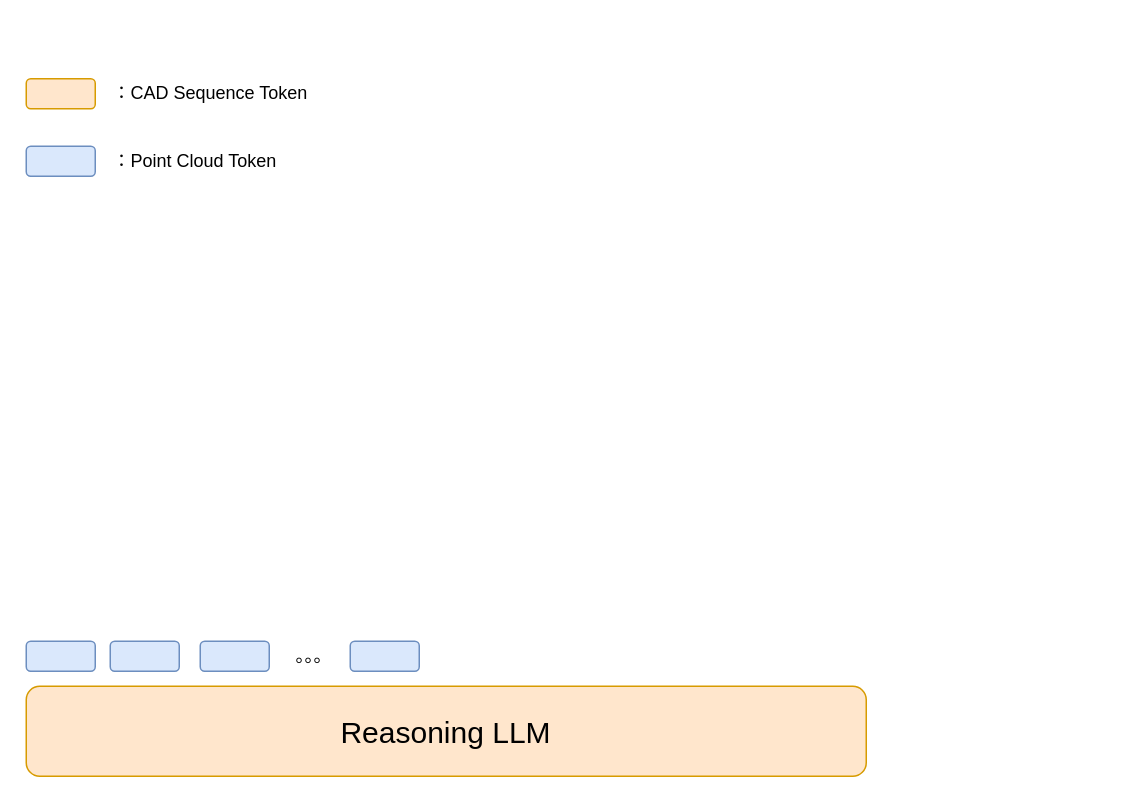
Before: ReasonCAD-pipeline.drawio in spaceboy202105/img, a draw.io diagram. Source tidied: cells renumbered, new cells numbered last; positions are measured from the earlier drawing's top-left corner, leaving out a move shared by most shapes. Both pictures are drawn from the tidied source at 150%, with x=0, y=0 at pixel (26, 70).
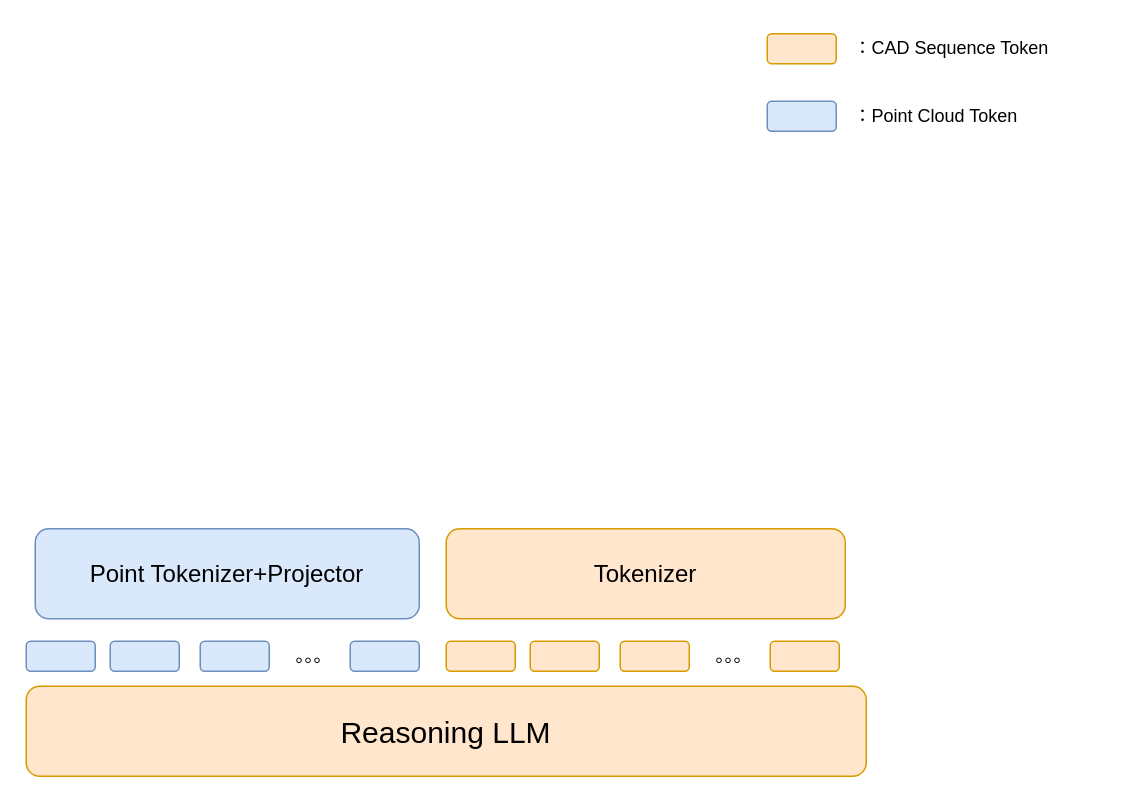
Above is the later version.

What changed in the source:
```diff
@@
 <mxGraphModel>
   <root>
     <mxCell id="0" />
     <mxCell id="1" parent="0" />
     <mxCell id="2" value="&lt;font style=&quot;font-size: 20px;&quot;&gt;Reasoning LLM&lt;/font&gt;" style="rounded=1;whiteSpace=wrap;html=1;fillColor=#ffe6cc;strokeColor=#d79b00;" parent="1" vertex="1">
       <mxGeometry y="410" width="560" height="60" as="geometry" />
     </mxCell>
     <mxCell id="3" style="rounded=1;whiteSpace=wrap;html=1;fillColor=#ffe6cc;strokeColor=#d79b00;" parent="1" vertex="1">
-      <mxGeometry y="5" width="46" height="20" as="geometry" />
+      <mxGeometry x="494" y="-25" width="46" height="20" as="geometry" />
     </mxCell>
     <mxCell id="4" value="：CAD Sequence Token" style="text;html=1;align=left;verticalAlign=middle;whiteSpace=wrap;rounded=0;" parent="1" vertex="1">
-      <mxGeometry x="56" width="170" height="30" as="geometry" />
+      <mxGeometry x="550" y="-30" width="170" height="30" as="geometry" />
     </mxCell>
     <mxCell id="5" style="rounded=1;whiteSpace=wrap;html=1;fillColor=#dae8fc;strokeColor=#6c8ebf;" parent="1" vertex="1">
-      <mxGeometry y="50" width="46" height="20" as="geometry" />
+      <mxGeometry x="494" y="20" width="46" height="20" as="geometry" />
     </mxCell>
     <mxCell id="6" value="：Point Cloud Token" style="text;html=1;align=left;verticalAlign=middle;whiteSpace=wrap;rounded=0;" parent="1" vertex="1">
-      <mxGeometry x="56" y="45" width="170" height="30" as="geometry" />
+      <mxGeometry x="550" y="15" width="170" height="30" as="geometry" />
     </mxCell>
     <mxCell id="7" style="rounded=1;whiteSpace=wrap;html=1;fillColor=#dae8fc;strokeColor=#6c8ebf;" parent="1" vertex="1">
       <mxGeometry y="380" width="46" height="20" as="geometry" />
     </mxCell>
     <mxCell id="8" style="rounded=1;whiteSpace=wrap;html=1;fillColor=#dae8fc;strokeColor=#6c8ebf;" parent="1" vertex="1">
       <mxGeometry x="56" y="380" width="46" height="20" as="geometry" />
     </mxCell>
     <mxCell id="9" style="rounded=1;whiteSpace=wrap;html=1;fillColor=#dae8fc;strokeColor=#6c8ebf;" parent="1" vertex="1">
       <mxGeometry x="116" y="380" width="46" height="20" as="geometry" />
     </mxCell>
     <mxCell id="10" style="rounded=1;whiteSpace=wrap;html=1;fillColor=#dae8fc;strokeColor=#6c8ebf;" parent="1" vertex="1">
       <mxGeometry x="216" y="380" width="46" height="20" as="geometry" />
     </mxCell>
     <mxCell id="11" value="。。。" style="text;html=1;align=center;verticalAlign=middle;whiteSpace=wrap;rounded=0;" parent="1" vertex="1">
       <mxGeometry x="162" y="375" width="60" height="30" as="geometry" />
     </mxCell>
+    <mxCell id="12" style="rounded=1;whiteSpace=wrap;html=1;fillColor=#ffe6cc;strokeColor=#d79b00;" parent="1" vertex="1">
+      <mxGeometry x="280" y="380" width="46" height="20" as="geometry" />
+    </mxCell>
+    <mxCell id="13" style="rounded=1;whiteSpace=wrap;html=1;fillColor=#ffe6cc;strokeColor=#d79b00;" parent="1" vertex="1">
+      <mxGeometry x="336" y="380" width="46" height="20" as="geometry" />
+    </mxCell>
+    <mxCell id="14" style="rounded=1;whiteSpace=wrap;html=1;fillColor=#ffe6cc;strokeColor=#d79b00;" parent="1" vertex="1">
+      <mxGeometry x="396" y="380" width="46" height="20" as="geometry" />
+    </mxCell>
+    <mxCell id="15" style="rounded=1;whiteSpace=wrap;html=1;fillColor=#ffe6cc;strokeColor=#d79b00;" parent="1" vertex="1">
+      <mxGeometry x="496" y="380" width="46" height="20" as="geometry" />
+    </mxCell>
+    <mxCell id="16" value="。。。" style="text;html=1;align=center;verticalAlign=middle;whiteSpace=wrap;rounded=0;" parent="1" vertex="1">
+      <mxGeometry x="442" y="375" width="60" height="30" as="geometry" />
+    </mxCell>
+    <mxCell id="17" value="&lt;font style=&quot;font-size: 16px;&quot;&gt;Point Tokenizer+Projector&lt;/font&gt;" style="rounded=1;whiteSpace=wrap;html=1;fillColor=#dae8fc;strokeColor=#6c8ebf;" parent="1" vertex="1">
+      <mxGeometry x="6" y="305" width="256" height="60" as="geometry" />
+    </mxCell>
+    <mxCell id="18" value="&lt;font style=&quot;font-size: 16px;&quot;&gt;Tokenizer&lt;/font&gt;" style="rounded=1;whiteSpace=wrap;html=1;fillColor=#ffe6cc;strokeColor=#d79b00;" parent="1" vertex="1">
+      <mxGeometry x="280" y="305" width="266" height="60" as="geometry" />
+    </mxCell>
   </root>
 </mxGraphModel>
```
